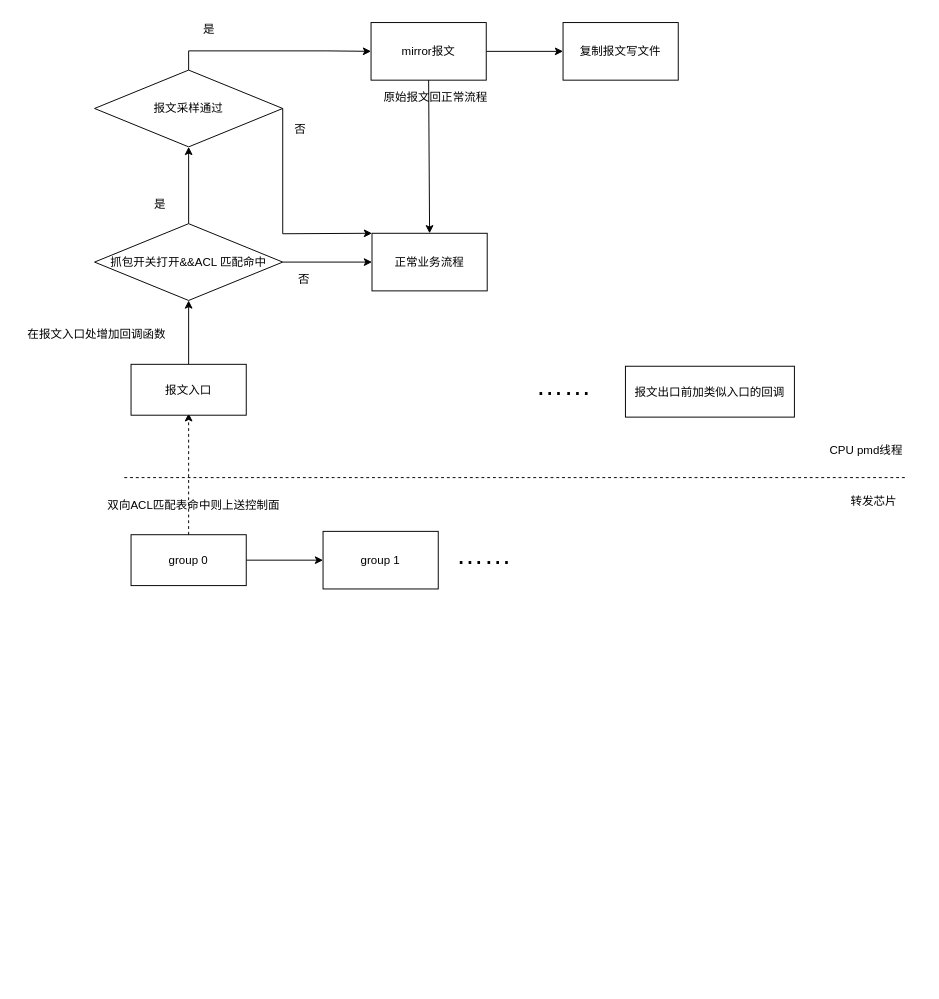
Above: page "抓包方案设计" (6 of 6) of dpdk.drawio in imoceanking/drawio (draw.io), before the change. Source tidied: cells renumbered, new cells numbered last; positions are measured from the earlier drawing's top-left corner, leaving out a move shared by most shapes. Both pictures are drawn from the tidied source at 96%, with x=0, y=0 at pixel (18, 16).
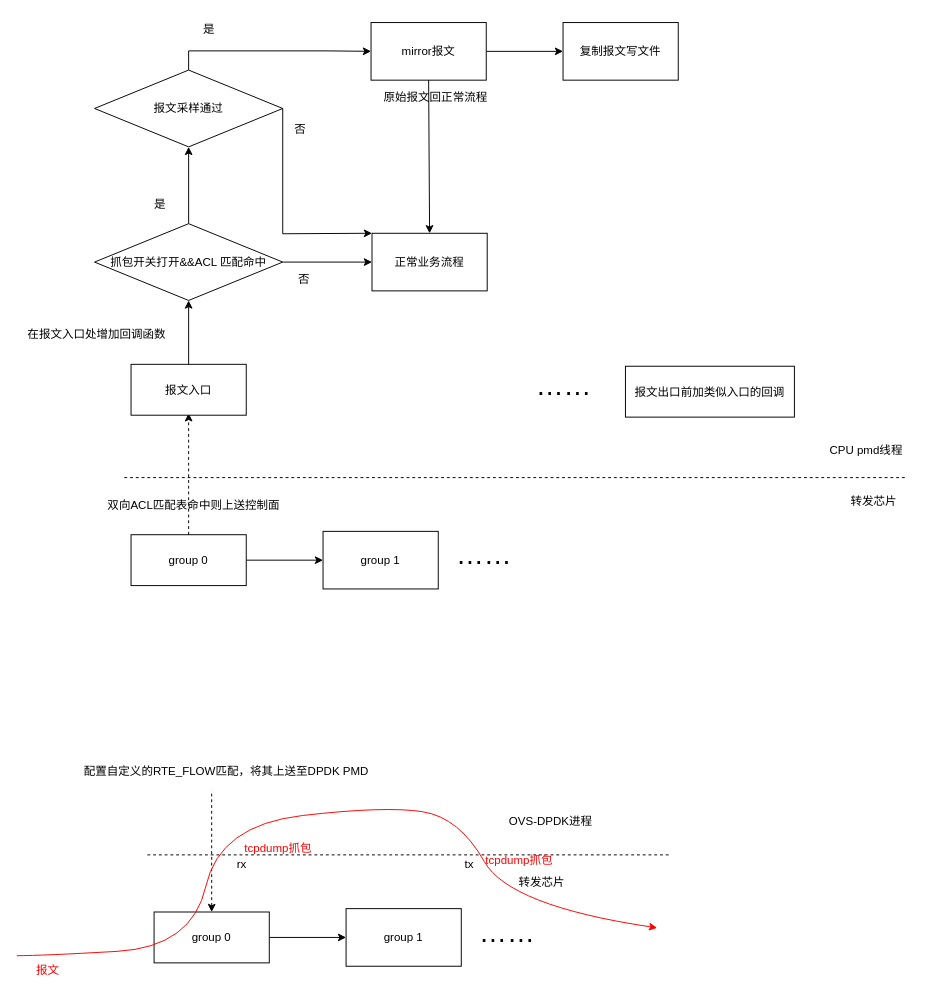
Above is the later version.

Diff of the diagram source:
```diff
@@
+    <mxCell id="32" style="edgeStyle=orthogonalEdgeStyle;rounded=0;jettySize=auto;html=1;" parent="1" edge="1" source="33" target="37">
+      <mxGeometry relative="1" as="geometry" />
+    </mxCell>
+    <mxCell id="33" value="group 0" style="rounded=0;whiteSpace=wrap;html=1;" parent="1" vertex="1">
+      <mxGeometry x="141" y="932.5" width="120" height="53" as="geometry" />
+    </mxCell>
+    <mxCell id="34" style="endArrow=none;dashed=1;html=1;rounded=0;" parent="1" edge="1">
+      <mxGeometry relative="1" as="geometry">
+        <mxPoint x="134" y="873" as="sourcePoint" />
+        <mxPoint x="679" y="873" as="targetPoint" />
+      </mxGeometry>
+    </mxCell>
+    <mxCell id="35" value="转发芯片" style="text;strokeColor=none;fillColor=none;align=left;verticalAlign=middle;spacingLeft=4;spacingRight=4;overflow=hidden;whiteSpace=wrap;html=1;" parent="1" vertex="1">
+      <mxGeometry x="515" y="887" width="80" height="30" as="geometry" />
+    </mxCell>
+    <mxCell id="36" value="OVS-DPDK进程" style="text;strokeColor=none;fillColor=none;align=left;verticalAlign=middle;spacingLeft=4;spacingRight=4;overflow=hidden;whiteSpace=wrap;html=1;" parent="1" vertex="1">
+      <mxGeometry x="505" y="823" width="100" height="30" as="geometry" />
+    </mxCell>
+    <mxCell id="37" value="group 1" style="whiteSpace=wrap;html=1;rounded=0;" parent="1" vertex="1">
+      <mxGeometry x="341" y="929" width="120" height="60" as="geometry" />
+    </mxCell>
+    <mxCell id="38" value="……" style="text;html=1;strokeColor=none;fillColor=none;align=center;verticalAlign=middle;whiteSpace=wrap;rounded=0;fontSize=29;" parent="1" vertex="1">
+      <mxGeometry x="479" y="938.5" width="60" height="30" as="geometry" />
+    </mxCell>
+    <mxCell id="39" style="endArrow=none;html=1;rounded=0;exitX=0.5;exitY=0;exitDx=0;exitDy=0;dashed=1;startArrow=classic;startFill=1;endFill=0;" parent="1" edge="1" source="33">
+      <mxGeometry relative="1" as="geometry">
+        <mxPoint x="201" y="806" as="targetPoint" />
+      </mxGeometry>
+    </mxCell>
+    <mxCell id="40" value="配置自定义的RTE_FLOW匹配，将其上送至DPDK PMD" style="text;html=1;align=center;verticalAlign=middle;strokeColor=none;fillColor=none;" parent="1" vertex="1">
+      <mxGeometry x="59" y="773" width="314" height="26" as="geometry" />
+    </mxCell>
+    <mxCell id="41" style="curved=1;endArrow=classic;html=1;rounded=0;strokeColor=#FF0000;" parent="1" edge="1">
+      <mxGeometry relative="1" as="geometry">
+        <mxPoint x="-2" y="978" as="sourcePoint" />
+        <mxPoint x="665" y="949" as="targetPoint" />
+        <Array as="points">
+          <mxPoint x="24" y="978" />
+          <mxPoint x="181" y="969" />
+          <mxPoint x="209" y="842" />
+          <mxPoint x="382" y="822" />
+          <mxPoint x="459" y="834" />
+          <mxPoint x="511" y="926" />
+        </Array>
+      </mxGeometry>
+    </mxCell>
+    <mxCell id="42" value="rx" style="text;html=1;align=center;verticalAlign=middle;strokeColor=none;fillColor=none;" parent="1" vertex="1">
+      <mxGeometry x="218" y="870" width="28" height="26" as="geometry" />
+    </mxCell>
+    <mxCell id="43" value="tx" style="text;html=1;align=center;verticalAlign=middle;strokeColor=none;fillColor=none;" parent="1" vertex="1">
+      <mxGeometry x="455" y="870" width="27" height="26" as="geometry" />
+    </mxCell>
+    <mxCell id="44" value="报文" style="text;html=1;align=center;verticalAlign=middle;strokeColor=none;fillColor=none;fontColor=#FF0000;" parent="1" vertex="1">
+      <mxGeometry x="9" y="981" width="42" height="26" as="geometry" />
+    </mxCell>
+    <mxCell id="45" value="&lt;font color=&quot;#ff0000&quot;&gt;tcpdump抓包&lt;/font&gt;" style="text;html=1;align=center;verticalAlign=middle;strokeColor=none;fillColor=none;" parent="1" vertex="1">
+      <mxGeometry x="226" y="853" width="88" height="26" as="geometry" />
+    </mxCell>
+    <mxCell id="46" value="&lt;font color=&quot;#ff0000&quot;&gt;tcpdump抓包&lt;/font&gt;" style="text;html=1;align=center;verticalAlign=middle;strokeColor=none;fillColor=none;" parent="1" vertex="1">
+      <mxGeometry x="477" y="866" width="88" height="26" as="geometry" />
+    </mxCell>
```
